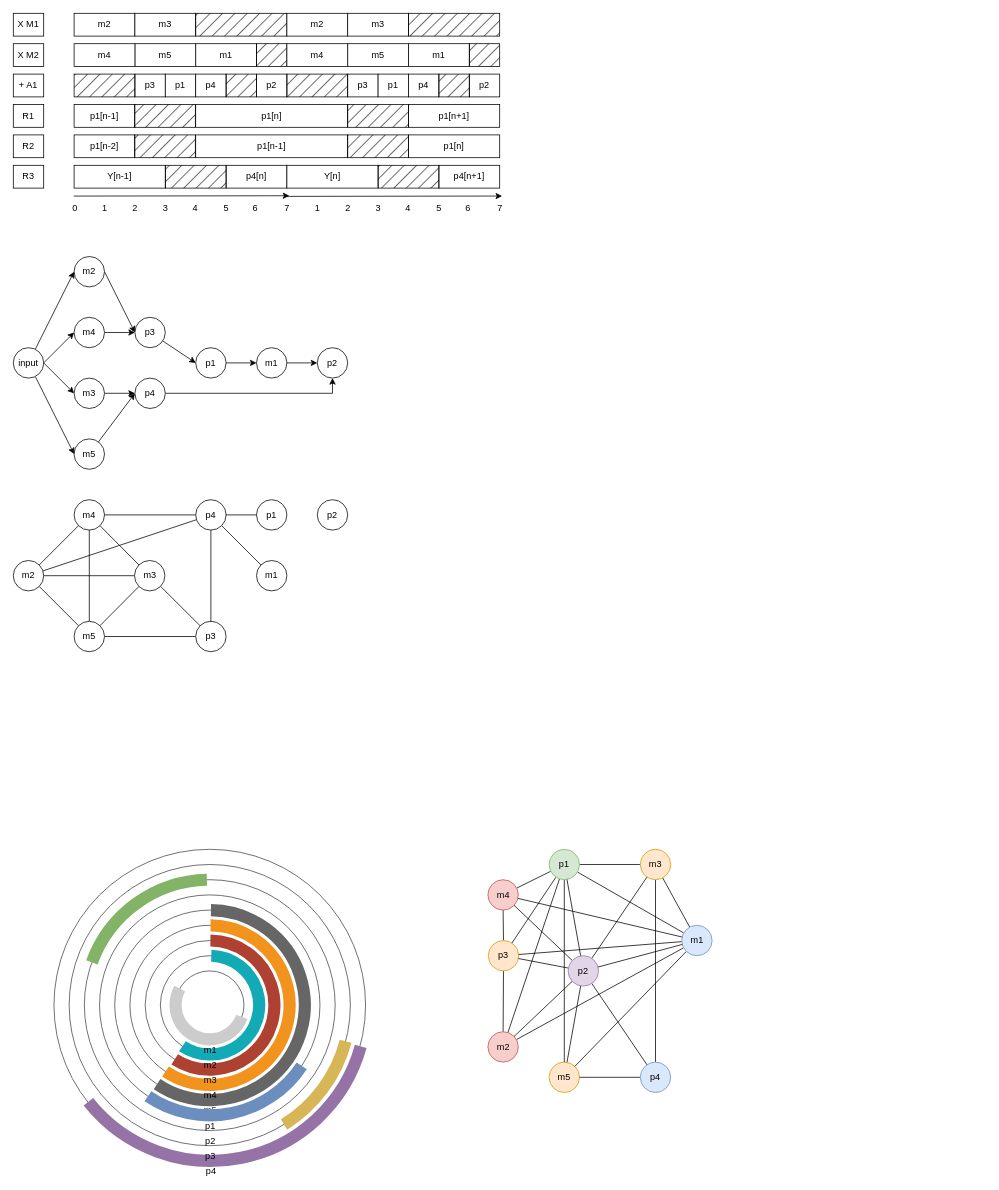
This is page "Circular-arc graph" (3 of 4) of Assignement1/IDSP DrawIO.drawio from martinreinok/IDSP191210950, a draw.io file, before an edit. Source tidied: cells renumbered, new cells numbered last; positions are measured from the earlier drawing's top-left corner, leaving out a move shared by most shapes. Both pictures are drawn from the tidied source at 76%, with x=0, y=0 at pixel (13, 13).
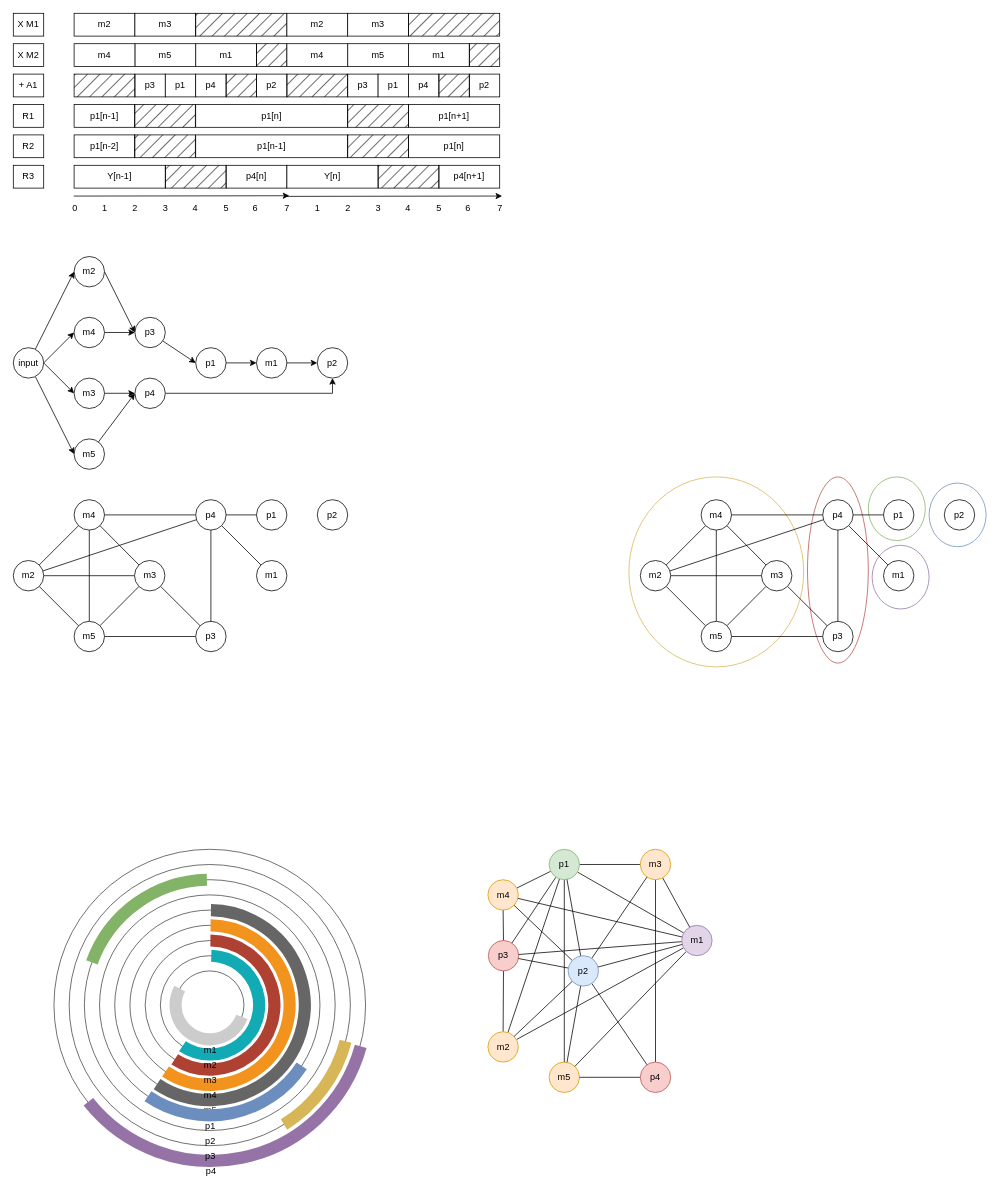
The same page after the edit.

Diff of the diagram source:
```diff
@@
+    <mxCell id="161" style="ellipse;whiteSpace=wrap;html=1;fillColor=none;strokeColor=#6c8ebf;" parent="1" vertex="1">
+      <mxGeometry x="1205" y="618.1" width="75" height="83.8" as="geometry" />
+    </mxCell>
+    <mxCell id="162" style="ellipse;whiteSpace=wrap;html=1;fillColor=none;strokeColor=#82b366;" parent="1" vertex="1">
+      <mxGeometry x="1125" y="610" width="75" height="83.8" as="geometry" />
+    </mxCell>
+    <mxCell id="163" style="ellipse;whiteSpace=wrap;html=1;fillColor=none;strokeColor=#9673a6;" parent="1" vertex="1">
+      <mxGeometry x="1130" y="700" width="75" height="83.8" as="geometry" />
+    </mxCell>
+    <mxCell id="164" style="ellipse;whiteSpace=wrap;html=1;fillColor=none;strokeColor=#b85450;" parent="1" vertex="1">
+      <mxGeometry x="1045" y="610" width="80" height="245" as="geometry" />
+    </mxCell>
+    <mxCell id="165" style="ellipse;whiteSpace=wrap;html=1;fillColor=none;strokeColor=#d6b656;" parent="1" vertex="1">
+      <mxGeometry x="810" y="610" width="230" height="250" as="geometry" />
+    </mxCell>
@@
-    <mxCell id="132" value="m2" style="ellipse;whiteSpace=wrap;html=1;fontSize=12;fillColor=#f8cecc;strokeColor=#b85450;" parent="1" vertex="1">
+    <mxCell id="132" value="m2" style="ellipse;whiteSpace=wrap;html=1;fontSize=12;fillColor=#ffe6cc;strokeColor=#d79b00;" parent="1" vertex="1">
       <mxGeometry x="624.5" y="1340" width="40" height="40" as="geometry" />
     </mxCell>
@@
-    <mxCell id="140" value="m4" style="ellipse;whiteSpace=wrap;html=1;fontSize=12;fillColor=#f8cecc;strokeColor=#b85450;" parent="1" vertex="1">
+    <mxCell id="140" value="m4" style="ellipse;whiteSpace=wrap;html=1;fontSize=12;fillColor=#ffe6cc;strokeColor=#d79b00;" parent="1" vertex="1">
       <mxGeometry x="624.5" y="1140" width="40" height="40" as="geometry" />
     </mxCell>
@@
-    <mxCell id="142" value="p3" style="ellipse;whiteSpace=wrap;html=1;fontSize=12;fillColor=#ffe6cc;strokeColor=#d79b00;" parent="1" vertex="1">
+    <mxCell id="142" value="p3" style="ellipse;whiteSpace=wrap;html=1;fontSize=12;fillColor=#f8cecc;strokeColor=#b85450;" parent="1" vertex="1">
       <mxGeometry x="625" y="1220" width="40" height="40" as="geometry" />
     </mxCell>
@@
-    <mxCell id="144" value="p4" style="ellipse;whiteSpace=wrap;html=1;fontSize=12;fillColor=#dae8fc;strokeColor=#6c8ebf;" parent="1" vertex="1">
+    <mxCell id="144" value="p4" style="ellipse;whiteSpace=wrap;html=1;fontSize=12;fillColor=#f8cecc;strokeColor=#b85450;" parent="1" vertex="1">
       <mxGeometry x="825" y="1380" width="40" height="40" as="geometry" />
     </mxCell>
@@
-    <mxCell id="148" value="m1" style="ellipse;whiteSpace=wrap;html=1;fontSize=12;fillColor=#dae8fc;strokeColor=#6c8ebf;" parent="1" vertex="1">
+    <mxCell id="148" value="m1" style="ellipse;whiteSpace=wrap;html=1;fontSize=12;fillColor=#e1d5e7;strokeColor=#9673a6;" parent="1" vertex="1">
       <mxGeometry x="879.5" y="1200" width="40" height="40" as="geometry" />
     </mxCell>
@@
-    <mxCell id="160" value="p2" style="ellipse;whiteSpace=wrap;html=1;fontSize=12;fillColor=#e1d5e7;strokeColor=#9673a6;" parent="1" vertex="1">
+    <mxCell id="160" value="p2" style="ellipse;whiteSpace=wrap;html=1;fontSize=12;fillColor=#dae8fc;strokeColor=#6c8ebf;" parent="1" vertex="1">
       <mxGeometry x="730" y="1240" width="40" height="40" as="geometry" />
     </mxCell>
+    <mxCell id="166" style="edgeStyle=none;rounded=0;jettySize=auto;html=1;fontSize=12;endArrow=none;endFill=0;" parent="1" edge="1" source="170" target="174">
+      <mxGeometry relative="1" as="geometry" />
+    </mxCell>
+    <mxCell id="167" style="edgeStyle=none;rounded=0;jettySize=auto;html=1;fontSize=12;endArrow=none;endFill=0;" parent="1" edge="1" source="170" target="179">
+      <mxGeometry relative="1" as="geometry" />
+    </mxCell>
+    <mxCell id="168" style="rounded=0;jettySize=auto;html=1;fontSize=12;endArrow=none;endFill=0;" parent="1" edge="1" source="170" target="184">
+      <mxGeometry relative="1" as="geometry" />
+    </mxCell>
+    <mxCell id="169" style="edgeStyle=none;rounded=0;jettySize=auto;html=1;fontSize=12;endArrow=none;endFill=0;" parent="1" edge="1" source="170" target="177">
+      <mxGeometry relative="1" as="geometry" />
+    </mxCell>
+    <mxCell id="170" value="m2" style="ellipse;whiteSpace=wrap;html=1;fontSize=12;" parent="1" vertex="1">
+      <mxGeometry x="825" y="720" width="40" height="40" as="geometry" />
+    </mxCell>
+    <mxCell id="171" style="edgeStyle=none;rounded=0;jettySize=auto;html=1;fontSize=12;endArrow=none;endFill=0;" parent="1" edge="1" source="174" target="179">
+      <mxGeometry relative="1" as="geometry" />
+    </mxCell>
+    <mxCell id="172" style="edgeStyle=none;rounded=0;jettySize=auto;html=1;fontSize=12;endArrow=none;endFill=0;" parent="1" edge="1" source="174" target="177">
+      <mxGeometry relative="1" as="geometry" />
+    </mxCell>
+    <mxCell id="173" style="edgeStyle=none;rounded=0;jettySize=auto;html=1;fontSize=12;endArrow=none;endFill=0;" parent="1" edge="1" source="174" target="180">
+      <mxGeometry relative="1" as="geometry" />
+    </mxCell>
+    <mxCell id="174" value="m3" style="ellipse;whiteSpace=wrap;html=1;fontSize=12;" parent="1" vertex="1">
+      <mxGeometry x="984.5" y="720" width="40" height="40" as="geometry" />
+    </mxCell>
+    <mxCell id="175" style="edgeStyle=none;rounded=0;jettySize=auto;html=1;fontSize=12;endArrow=none;endFill=0;" parent="1" edge="1" source="177" target="179">
+      <mxGeometry relative="1" as="geometry" />
+    </mxCell>
+    <mxCell id="176" style="edgeStyle=none;rounded=0;jettySize=auto;html=1;fontSize=12;endArrow=none;endFill=0;" parent="1" edge="1" source="177" target="184">
+      <mxGeometry relative="1" as="geometry" />
+    </mxCell>
+    <mxCell id="177" value="m4" style="ellipse;whiteSpace=wrap;html=1;fontSize=12;" parent="1" vertex="1">
+      <mxGeometry x="905" y="640" width="40" height="40" as="geometry" />
+    </mxCell>
+    <mxCell id="178" style="edgeStyle=none;rounded=0;jettySize=auto;html=1;fontSize=12;endArrow=none;endFill=0;" parent="1" edge="1" source="179" target="180">
+      <mxGeometry relative="1" as="geometry" />
+    </mxCell>
+    <mxCell id="179" value="m5" style="ellipse;whiteSpace=wrap;html=1;fontSize=12;" parent="1" vertex="1">
+      <mxGeometry x="905" y="800" width="40" height="40" as="geometry" />
+    </mxCell>
+    <mxCell id="180" value="p3" style="ellipse;whiteSpace=wrap;html=1;fontSize=12;" parent="1" vertex="1">
+      <mxGeometry x="1065" y="800" width="40" height="40" as="geometry" />
+    </mxCell>
+    <mxCell id="181" style="edgeStyle=none;rounded=0;jettySize=auto;html=1;fontSize=12;endArrow=none;endFill=0;" parent="1" edge="1" source="184" target="180">
+      <mxGeometry relative="1" as="geometry" />
+    </mxCell>
+    <mxCell id="182" style="edgeStyle=none;rounded=0;jettySize=auto;html=1;fontSize=12;endArrow=none;endFill=0;" parent="1" edge="1" source="184" target="185">
+      <mxGeometry relative="1" as="geometry" />
+    </mxCell>
+    <mxCell id="183" style="edgeStyle=none;rounded=0;jettySize=auto;html=1;fontSize=12;endArrow=none;endFill=0;" parent="1" edge="1" source="184" target="186">
+      <mxGeometry relative="1" as="geometry" />
+    </mxCell>
+    <mxCell id="184" value="p4" style="ellipse;whiteSpace=wrap;html=1;fontSize=12;" parent="1" vertex="1">
+      <mxGeometry x="1065" y="640" width="40" height="40" as="geometry" />
+    </mxCell>
+    <mxCell id="185" value="m1" style="ellipse;whiteSpace=wrap;html=1;fontSize=12;" parent="1" vertex="1">
+      <mxGeometry x="1145" y="720" width="40" height="40" as="geometry" />
+    </mxCell>
+    <mxCell id="186" value="p1" style="ellipse;whiteSpace=wrap;html=1;fontSize=12;" parent="1" vertex="1">
+      <mxGeometry x="1145" y="640" width="40" height="40" as="geometry" />
+    </mxCell>
+    <mxCell id="187" value="p2" style="ellipse;whiteSpace=wrap;html=1;fontSize=12;" parent="1" vertex="1">
+      <mxGeometry x="1225" y="640" width="40" height="40" as="geometry" />
+    </mxCell>
```
